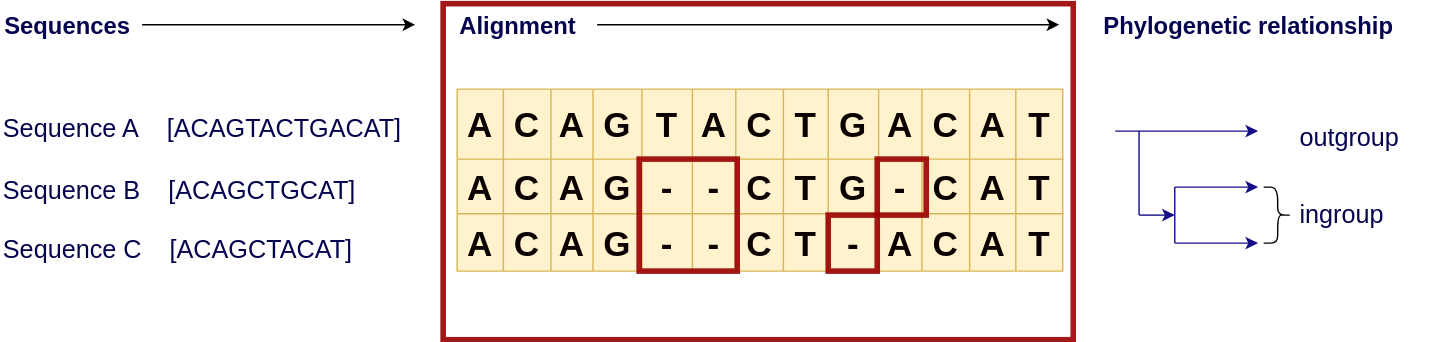
This is images/3alignment_differ.drawio.svg from khiron/dBGAlignSlides, a draw.io export, as it was before one commit. Source tidied: cells renumbered, new cells last; positions are measured from the earlier drawing's top-left corner, leaving out a move shared by most shapes.
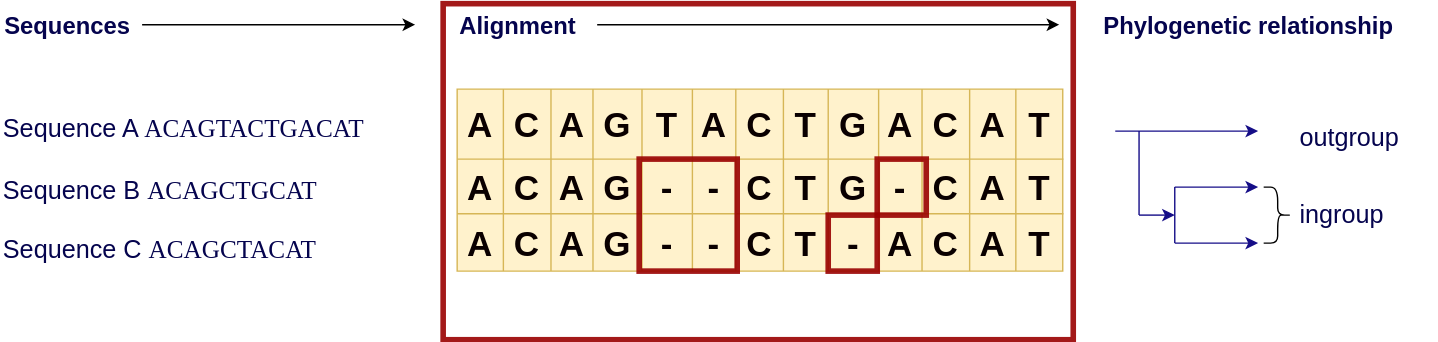
After the commit.

Change to the diagram source:
```diff
@@ -145,15 +145,6 @@
     <mxCell id="48" value="&lt;b&gt;Alignment&lt;/b&gt;" style="text;html=1;align=left;verticalAlign=top;whiteSpace=wrap;rounded=0;fontColor=#05044e;fontSize=17;labelPosition=center;verticalLabelPosition=middle;" parent="1" vertex="1">
       <mxGeometry x="326" width="100" height="30" as="geometry" />
     </mxCell>
-    <mxCell id="49" value="Sequence A&amp;nbsp; &amp;nbsp; [ACAGTACTGACAT]" style="text;html=1;align=left;verticalAlign=middle;whiteSpace=wrap;rounded=0;fontSize=18;fontStyle=0;labelPosition=center;verticalLabelPosition=middle;fontColor=#05044e;" parent="1" vertex="1">
-      <mxGeometry y="75" width="296" height="30" as="geometry" />
-    </mxCell>
-    <mxCell id="50" value="Sequence B&amp;nbsp; &amp;nbsp; [ACAGCTGCAT]" style="text;html=1;align=left;verticalAlign=middle;whiteSpace=wrap;rounded=0;fontSize=18;fontStyle=0;labelPosition=center;verticalLabelPosition=middle;fontColor=#05044e;" parent="1" vertex="1">
-      <mxGeometry y="116" width="296" height="35" as="geometry" />
-    </mxCell>
-    <mxCell id="51" value="Sequence C&amp;nbsp; &amp;nbsp; [ACAGCTACAT]" style="text;html=1;align=left;verticalAlign=middle;whiteSpace=wrap;rounded=0;fontSize=18;fontStyle=0;labelPosition=center;verticalLabelPosition=middle;fontColor=#05044e;" parent="1" vertex="1">
-      <mxGeometry y="160" width="296" height="31" as="geometry" />
-    </mxCell>
     <mxCell id="52" style="edgeStyle=none;html=1;" parent="1" edge="1" source="53">
       <mxGeometry relative="1" as="geometry">
         <mxPoint x="296" y="15" as="targetPoint" />
@@ -228,5 +219,14 @@
     <mxCell id="66" style="rounded=0;whiteSpace=wrap;html=1;fillColor=none;strokeColor=#990000;strokeWidth=4;opacity=90;" parent="1" vertex="1">
       <mxGeometry x="626" y="111" width="35" height="40" as="geometry" />
     </mxCell>
+    <mxCell id="67" value="Sequence A&amp;nbsp; &amp;nbsp; &lt;font face=&quot;Lucida Console&quot;&gt;ACAGTACTGACAT&lt;/font&gt;" style="text;html=1;align=left;verticalAlign=middle;whiteSpace=wrap;rounded=0;fontSize=18;fontStyle=0;labelPosition=center;verticalLabelPosition=middle;fontColor=#05044e;" parent="1" vertex="1">
+      <mxGeometry y="75" width="296" height="30" as="geometry" />
+    </mxCell>
+    <mxCell id="68" value="Sequence B&amp;nbsp; &amp;nbsp; &lt;font face=&quot;Lucida Console&quot;&gt;ACAGCTGCAT&lt;/font&gt;" style="text;html=1;align=left;verticalAlign=middle;whiteSpace=wrap;rounded=0;fontSize=18;fontStyle=0;labelPosition=center;verticalLabelPosition=middle;fontColor=#05044e;" parent="1" vertex="1">
+      <mxGeometry y="116" width="296" height="35" as="geometry" />
+    </mxCell>
+    <mxCell id="69" value="Sequence C&amp;nbsp; &amp;nbsp; &lt;font face=&quot;Lucida Console&quot;&gt;ACAGCTACAT&lt;/font&gt;" style="text;html=1;align=left;verticalAlign=middle;whiteSpace=wrap;rounded=0;fontSize=18;fontStyle=0;labelPosition=center;verticalLabelPosition=middle;fontColor=#05044e;" parent="1" vertex="1">
+      <mxGeometry y="160" width="296" height="31" as="geometry" />
+    </mxCell>
   </root>
 </mxGraphModel>
```
